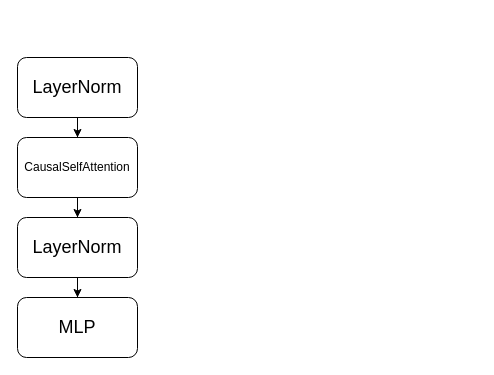
This is gpt结构.drawio from jhrsya/imgs, a draw.io file, before an edit. Source tidied: cells renumbered, new cells numbered last; positions are measured from the earlier drawing's top-left corner, leaving out a move shared by most shapes. Both pictures are drawn from the tidied source at 100%, with x=0, y=0 at pixel (17, 57).
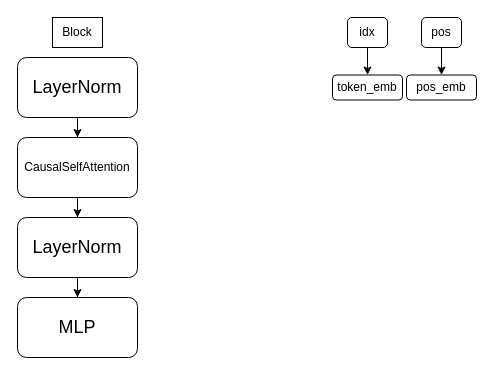
After the change.

Diff of the diagram source:
```diff
@@
 <mxGraphModel>
   <root>
     <mxCell id="0" />
     <mxCell id="1" parent="0" />
     <mxCell id="2" style="edgeStyle=orthogonalEdgeStyle;rounded=0;jettySize=auto;html=1;" parent="1" edge="1" source="3" target="5">
       <mxGeometry relative="1" as="geometry" />
     </mxCell>
     <mxCell id="3" value="&lt;font style=&quot;font-size: 18px;&quot;&gt;LayerNorm&lt;/font&gt;" style="rounded=1;whiteSpace=wrap;html=1;" parent="1" vertex="1">
       <mxGeometry width="120" height="60" as="geometry" />
     </mxCell>
     <mxCell id="4" style="edgeStyle=orthogonalEdgeStyle;rounded=0;jettySize=auto;html=1;" parent="1" edge="1" source="5" target="7">
       <mxGeometry relative="1" as="geometry" />
     </mxCell>
     <mxCell id="5" value="&lt;font style=&quot;font-size: 12px;&quot;&gt;CausalSelfAttention&lt;/font&gt;" style="whiteSpace=wrap;html=1;rounded=1;" parent="1" vertex="1">
       <mxGeometry y="80" width="120" height="60" as="geometry" />
     </mxCell>
     <mxCell id="6" style="edgeStyle=orthogonalEdgeStyle;rounded=0;jettySize=auto;html=1;" parent="1" edge="1" source="7" target="8">
       <mxGeometry relative="1" as="geometry" />
     </mxCell>
     <mxCell id="7" value="&lt;font style=&quot;font-size: 18px;&quot;&gt;LayerNorm&lt;/font&gt;" style="whiteSpace=wrap;html=1;rounded=1;" parent="1" vertex="1">
       <mxGeometry y="160" width="120" height="60" as="geometry" />
     </mxCell>
     <mxCell id="8" value="&lt;font style=&quot;font-size: 18px;&quot;&gt;MLP&lt;/font&gt;" style="whiteSpace=wrap;html=1;rounded=1;" parent="1" vertex="1">
       <mxGeometry y="240" width="120" height="60" as="geometry" />
     </mxCell>
+    <mxCell id="9" value="Block" style="rounded=0;whiteSpace=wrap;html=1;" parent="1" vertex="1">
+      <mxGeometry x="35" y="-40" width="50" height="30" as="geometry" />
+    </mxCell>
+    <mxCell id="10" style="edgeStyle=orthogonalEdgeStyle;rounded=0;jettySize=auto;html=1;" parent="1" edge="1" source="11" target="14">
+      <mxGeometry relative="1" as="geometry" />
+    </mxCell>
+    <mxCell id="11" value="idx" style="rounded=1;whiteSpace=wrap;html=1;" parent="1" vertex="1">
+      <mxGeometry x="330" y="-40" width="40" height="30" as="geometry" />
+    </mxCell>
+    <mxCell id="12" style="edgeStyle=orthogonalEdgeStyle;rounded=0;jettySize=auto;html=1;" parent="1" edge="1" source="13" target="15">
+      <mxGeometry relative="1" as="geometry" />
+    </mxCell>
+    <mxCell id="13" value="pos" style="rounded=1;whiteSpace=wrap;html=1;" parent="1" vertex="1">
+      <mxGeometry x="404" y="-40" width="40" height="30" as="geometry" />
+    </mxCell>
+    <mxCell id="14" value="token_emb" style="whiteSpace=wrap;html=1;rounded=1;" parent="1" vertex="1">
+      <mxGeometry x="315" y="17.5" width="70" height="25" as="geometry" />
+    </mxCell>
+    <mxCell id="15" value="pos_emb" style="whiteSpace=wrap;html=1;rounded=1;" parent="1" vertex="1">
+      <mxGeometry x="389" y="17.5" width="70" height="25" as="geometry" />
+    </mxCell>
   </root>
 </mxGraphModel>
```
